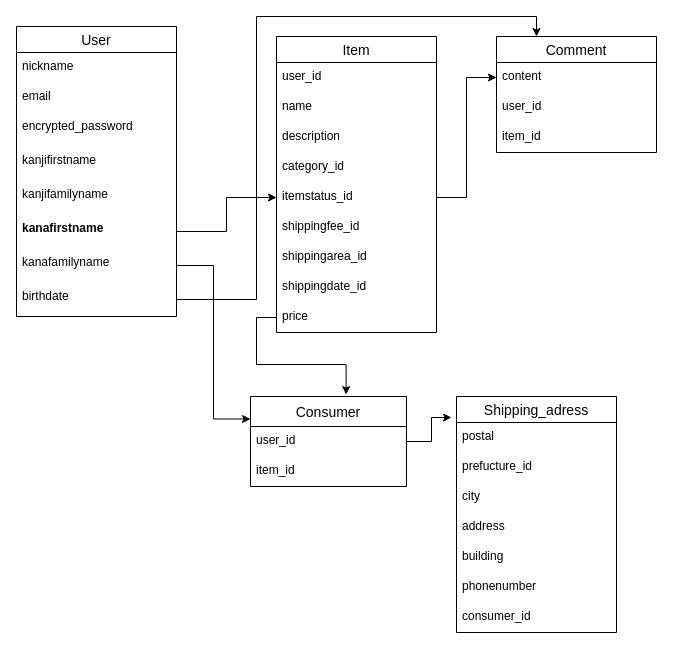
The draw.io diagram test.dio in rokataku/furima-29084, before the edit. Source tidied: cells renumbered, new cells numbered last; positions are measured from the earlier drawing's top-left corner, leaving out a move shared by most shapes. Both pictures are drawn from the tidied source at 100%, with x=0, y=0 at pixel (16, 16).
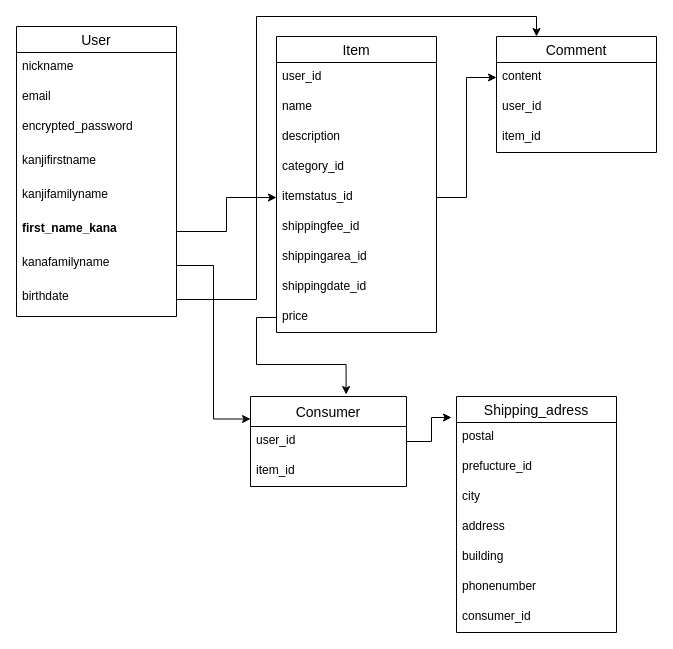
Above is the later version.

Unchanged cells that the change refers to:
```xml
<mxCell id="2" value="User" style="swimlane;fontStyle=0;horizontal=1;startSize=26;align=center;fontSize=14;" parent="1" vertex="1">
  <mxGeometry y="10" width="160" height="290" as="geometry" />
</mxCell>
```

Change to the diagram source:
```diff
@@
-    <mxCell id="8" value="kanafirstname" style="text;strokeColor=none;fillColor=none;spacingLeft=4;spacingRight=4;overflow=hidden;points=[[0,0.5],[1,0.5]];portConstraint=eastwest;fontSize=12;fontStyle=1;" parent="2" vertex="1">
+    <mxCell id="8" value="first_name_kana" style="text;strokeColor=none;fillColor=none;spacingLeft=4;spacingRight=4;overflow=hidden;points=[[0,0.5],[1,0.5]];portConstraint=eastwest;fontSize=12;fontStyle=1;" parent="2" vertex="1">
       <mxGeometry y="188" width="160" height="34" as="geometry" />
     </mxCell>
```
